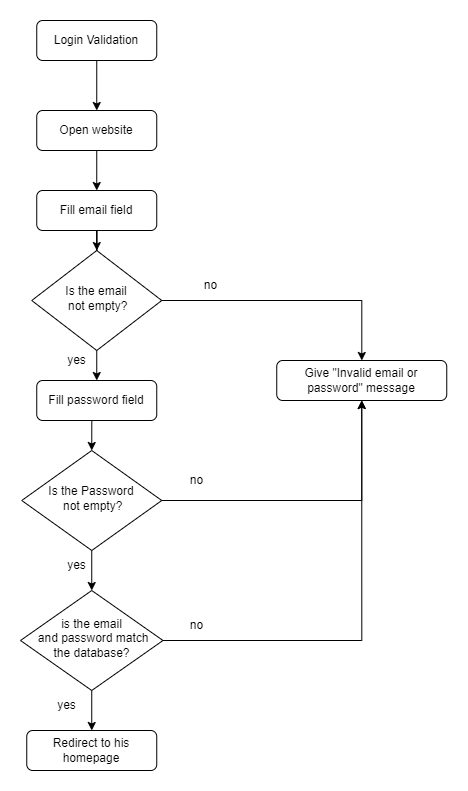
Before: 3- Design/Low-Level-Design/Flow Charts/login.png, a diagram exported from draw.io (beshoysamehsamaan/Car-Purchasing-App). Source tidied: cells renumbered, new cells last; positions are measured from the earlier drawing's top-left corner, leaving out a move shared by most shapes. Source of this version:
```xml
<mxGraphModel>
  <root>
    <mxCell id="0" />
    <mxCell id="1" parent="0" />
    <mxCell id="2" style="edgeStyle=orthogonalEdgeStyle;rounded=0;jettySize=auto;html=1;exitX=0.5;exitY=1;exitDx=0;exitDy=0;entryX=0.5;entryY=0;entryDx=0;entryDy=0;" parent="1" edge="1" source="3" target="26">
      <mxGeometry relative="1" as="geometry" />
    </mxCell>
    <mxCell id="3" value="Login Validation" style="rounded=1;whiteSpace=wrap;html=1;fontSize=12;glass=0;strokeWidth=1;shadow=0;" parent="1" vertex="1">
      <mxGeometry x="16.2" width="120" height="40" as="geometry" />
    </mxCell>
    <mxCell id="4" style="edgeStyle=orthogonalEdgeStyle;rounded=0;jettySize=auto;html=1;exitX=0.5;exitY=1;exitDx=0;exitDy=0;entryX=0.5;entryY=0;entryDx=0;entryDy=0;" parent="1" edge="1" source="6" target="14">
      <mxGeometry relative="1" as="geometry" />
    </mxCell>
    <mxCell id="5" style="edgeStyle=orthogonalEdgeStyle;rounded=0;jettySize=auto;html=1;exitX=1;exitY=0.5;exitDx=0;exitDy=0;" parent="1" edge="1" source="6" target="7">
      <mxGeometry relative="1" as="geometry" />
    </mxCell>
    <mxCell id="6" value="Is the email &lt;br&gt;&amp;nbsp;not empty?" style="rhombus;whiteSpace=wrap;html=1;shadow=0;fontFamily=Helvetica;fontSize=12;align=center;strokeWidth=1;spacing=6;spacingTop=-4;" parent="1" vertex="1">
      <mxGeometry x="11.2" y="230" width="130" height="100" as="geometry" />
    </mxCell>
    <mxCell id="7" value="Give &quot;Invalid email or password&quot; message" style="rounded=1;whiteSpace=wrap;html=1;fontSize=12;glass=0;strokeWidth=1;shadow=0;" parent="1" vertex="1">
      <mxGeometry x="256.2" y="340" width="170" height="40" as="geometry" />
    </mxCell>
    <mxCell id="8" style="edgeStyle=orthogonalEdgeStyle;rounded=0;jettySize=auto;html=1;exitX=0.5;exitY=1;exitDx=0;exitDy=0;" parent="1" edge="1" source="10" target="18">
      <mxGeometry relative="1" as="geometry" />
    </mxCell>
    <mxCell id="9" style="edgeStyle=orthogonalEdgeStyle;rounded=0;jettySize=auto;html=1;exitX=1;exitY=0.5;exitDx=0;exitDy=0;entryX=0.5;entryY=1;entryDx=0;entryDy=0;" parent="1" edge="1" source="10" target="7">
      <mxGeometry relative="1" as="geometry" />
    </mxCell>
    <mxCell id="10" value="is the email&lt;br&gt;&amp;nbsp;and password match the database?" style="rhombus;whiteSpace=wrap;html=1;shadow=0;fontFamily=Helvetica;fontSize=12;align=center;strokeWidth=1;spacing=6;spacingTop=-4;" parent="1" vertex="1">
      <mxGeometry y="570" width="142.5" height="100" as="geometry" />
    </mxCell>
    <mxCell id="11" style="edgeStyle=orthogonalEdgeStyle;rounded=0;jettySize=auto;html=1;exitX=0.5;exitY=1;exitDx=0;exitDy=0;" parent="1" edge="1" source="12" target="6">
      <mxGeometry relative="1" as="geometry" />
    </mxCell>
    <mxCell id="12" value="Fill email field" style="rounded=1;whiteSpace=wrap;html=1;fontSize=12;glass=0;strokeWidth=1;shadow=0;" parent="1" vertex="1">
      <mxGeometry x="16.2" y="170" width="120" height="40" as="geometry" />
    </mxCell>
    <mxCell id="13" style="edgeStyle=orthogonalEdgeStyle;rounded=0;jettySize=auto;html=1;exitX=0.5;exitY=1;exitDx=0;exitDy=0;entryX=0.5;entryY=0;entryDx=0;entryDy=0;" parent="1" edge="1" source="14" target="17">
      <mxGeometry relative="1" as="geometry" />
    </mxCell>
    <mxCell id="14" value="Fill password field" style="rounded=1;whiteSpace=wrap;html=1;fontSize=12;glass=0;strokeWidth=1;shadow=0;" parent="1" vertex="1">
      <mxGeometry x="16.2" y="360" width="120" height="40" as="geometry" />
    </mxCell>
    <mxCell id="15" style="edgeStyle=orthogonalEdgeStyle;rounded=0;jettySize=auto;html=1;exitX=0.5;exitY=1;exitDx=0;exitDy=0;entryX=0.5;entryY=0;entryDx=0;entryDy=0;" parent="1" edge="1" source="17" target="10">
      <mxGeometry relative="1" as="geometry" />
    </mxCell>
    <mxCell id="16" style="edgeStyle=orthogonalEdgeStyle;rounded=0;jettySize=auto;html=1;exitX=1;exitY=0.5;exitDx=0;exitDy=0;entryX=0.5;entryY=1;entryDx=0;entryDy=0;" parent="1" edge="1" source="17" target="7">
      <mxGeometry relative="1" as="geometry" />
    </mxCell>
    <mxCell id="17" value="Is the Password &lt;br&gt;&amp;nbsp;not empty?" style="rhombus;whiteSpace=wrap;html=1;shadow=0;fontFamily=Helvetica;fontSize=12;align=center;strokeWidth=1;spacing=6;spacingTop=-4;" parent="1" vertex="1">
      <mxGeometry x="1.2" y="430" width="140" height="100" as="geometry" />
    </mxCell>
    <mxCell id="18" value="Redirect to his homepage" style="rounded=1;whiteSpace=wrap;html=1;fontSize=12;glass=0;strokeWidth=1;shadow=0;" parent="1" vertex="1">
      <mxGeometry x="6.2" y="710" width="130" height="40" as="geometry" />
    </mxCell>
    <mxCell id="19" value="yes" style="text;html=1;align=center;verticalAlign=middle;strokeColor=none;fillColor=none;" parent="1" vertex="1">
      <mxGeometry x="36.2" y="325" width="40" height="30" as="geometry" />
    </mxCell>
    <mxCell id="20" value="yes" style="text;html=1;align=center;verticalAlign=middle;strokeColor=none;fillColor=none;" parent="1" vertex="1">
      <mxGeometry x="36.2" y="530" width="40" height="30" as="geometry" />
    </mxCell>
    <mxCell id="21" value="yes" style="text;html=1;align=center;verticalAlign=middle;strokeColor=none;fillColor=none;" parent="1" vertex="1">
      <mxGeometry x="26.2" y="670" width="40" height="30" as="geometry" />
    </mxCell>
    <mxCell id="22" value="no" style="text;html=1;align=center;verticalAlign=middle;strokeColor=none;fillColor=none;" parent="1" vertex="1">
      <mxGeometry x="170.2" y="250" width="40" height="30" as="geometry" />
    </mxCell>
    <mxCell id="23" value="no" style="text;html=1;align=center;verticalAlign=middle;strokeColor=none;fillColor=none;" parent="1" vertex="1">
      <mxGeometry x="156.2" y="445" width="40" height="30" as="geometry" />
    </mxCell>
    <mxCell id="24" value="no" style="text;html=1;align=center;verticalAlign=middle;strokeColor=none;fillColor=none;" parent="1" vertex="1">
      <mxGeometry x="156.2" y="590" width="40" height="30" as="geometry" />
    </mxCell>
    <mxCell id="25" style="edgeStyle=orthogonalEdgeStyle;rounded=0;jettySize=auto;html=1;exitX=0.5;exitY=1;exitDx=0;exitDy=0;entryX=0.5;entryY=0;entryDx=0;entryDy=0;" parent="1" edge="1" source="26" target="12">
      <mxGeometry relative="1" as="geometry" />
    </mxCell>
    <mxCell id="26" value="Open website" style="rounded=1;whiteSpace=wrap;html=1;fontSize=12;glass=0;strokeWidth=1;shadow=0;" parent="1" vertex="1">
      <mxGeometry x="16.2" y="90" width="120" height="40" as="geometry" />
    </mxCell>
  </root>
</mxGraphModel>
```
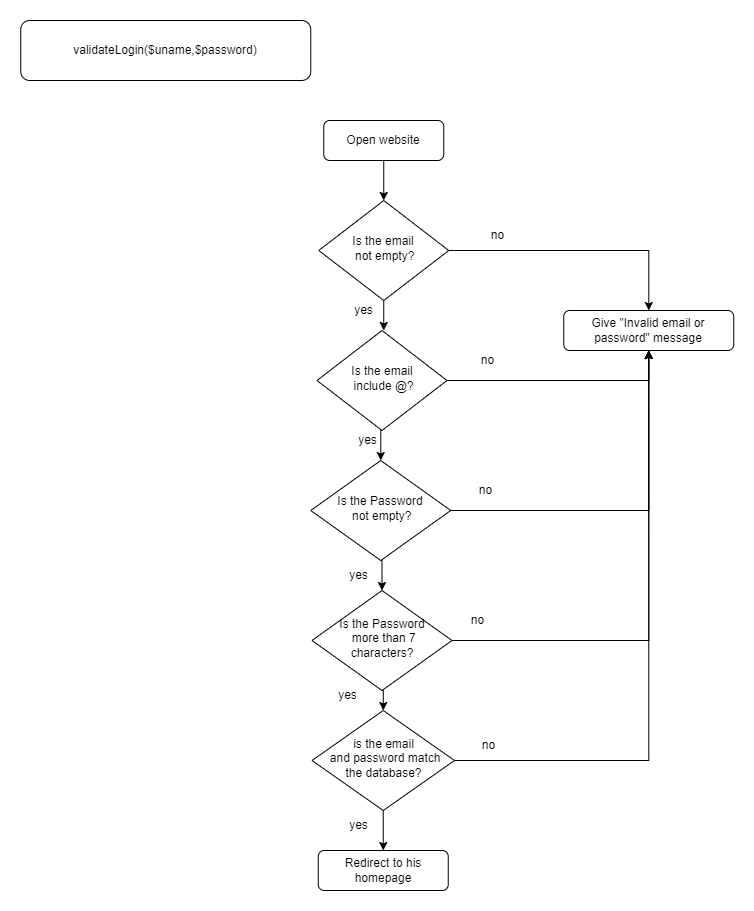
After the commit.

What changed in the source:
```diff
@@ -2,14 +2,10 @@
   <root>
     <mxCell id="0" />
     <mxCell id="1" parent="0" />
-    <mxCell id="2" style="edgeStyle=orthogonalEdgeStyle;rounded=0;jettySize=auto;html=1;exitX=0.5;exitY=1;exitDx=0;exitDy=0;entryX=0.5;entryY=0;entryDx=0;entryDy=0;" parent="1" edge="1" source="3" target="26">
-      <mxGeometry relative="1" as="geometry" />
-    </mxCell>
-    <mxCell id="3" value="Login Validation" style="rounded=1;whiteSpace=wrap;html=1;fontSize=12;glass=0;strokeWidth=1;shadow=0;" parent="1" vertex="1">
-      <mxGeometry x="16.2" width="120" height="40" as="geometry" />
-    </mxCell>
-    <mxCell id="4" style="edgeStyle=orthogonalEdgeStyle;rounded=0;jettySize=auto;html=1;exitX=0.5;exitY=1;exitDx=0;exitDy=0;entryX=0.5;entryY=0;entryDx=0;entryDy=0;" parent="1" edge="1" source="6" target="14">
-      <mxGeometry relative="1" as="geometry" />
+    <mxCell id="4" style="edgeStyle=orthogonalEdgeStyle;rounded=0;jettySize=auto;html=1;exitX=0.5;exitY=1;exitDx=0;exitDy=0;entryX=0.5;entryY=0;entryDx=0;entryDy=0;" parent="1" edge="1" source="6">
+      <mxGeometry relative="1" as="geometry">
+        <mxPoint x="76.2" y="360" as="targetPoint" />
+      </mxGeometry>
     </mxCell>
     <mxCell id="5" style="edgeStyle=orthogonalEdgeStyle;rounded=0;jettySize=auto;html=1;exitX=1;exitY=0.5;exitDx=0;exitDy=0;" parent="1" edge="1" source="6" target="7">
       <mxGeometry relative="1" as="geometry" />
@@ -27,55 +23,78 @@
       <mxGeometry relative="1" as="geometry" />
     </mxCell>
     <mxCell id="10" value="is the email&lt;br&gt;&amp;nbsp;and password match the database?" style="rhombus;whiteSpace=wrap;html=1;shadow=0;fontFamily=Helvetica;fontSize=12;align=center;strokeWidth=1;spacing=6;spacingTop=-4;" parent="1" vertex="1">
-      <mxGeometry y="570" width="142.5" height="100" as="geometry" />
+      <mxGeometry x="4.5" y="740" width="142.5" height="100" as="geometry" />
     </mxCell>
-    <mxCell id="11" style="edgeStyle=orthogonalEdgeStyle;rounded=0;jettySize=auto;html=1;exitX=0.5;exitY=1;exitDx=0;exitDy=0;" parent="1" edge="1" source="12" target="6">
-      <mxGeometry relative="1" as="geometry" />
-    </mxCell>
-    <mxCell id="12" value="Fill email field" style="rounded=1;whiteSpace=wrap;html=1;fontSize=12;glass=0;strokeWidth=1;shadow=0;" parent="1" vertex="1">
-      <mxGeometry x="16.2" y="170" width="120" height="40" as="geometry" />
-    </mxCell>
-    <mxCell id="13" style="edgeStyle=orthogonalEdgeStyle;rounded=0;jettySize=auto;html=1;exitX=0.5;exitY=1;exitDx=0;exitDy=0;entryX=0.5;entryY=0;entryDx=0;entryDy=0;" parent="1" edge="1" source="14" target="17">
-      <mxGeometry relative="1" as="geometry" />
-    </mxCell>
-    <mxCell id="14" value="Fill password field" style="rounded=1;whiteSpace=wrap;html=1;fontSize=12;glass=0;strokeWidth=1;shadow=0;" parent="1" vertex="1">
-      <mxGeometry x="16.2" y="360" width="120" height="40" as="geometry" />
-    </mxCell>
-    <mxCell id="15" style="edgeStyle=orthogonalEdgeStyle;rounded=0;jettySize=auto;html=1;exitX=0.5;exitY=1;exitDx=0;exitDy=0;entryX=0.5;entryY=0;entryDx=0;entryDy=0;" parent="1" edge="1" source="17" target="10">
-      <mxGeometry relative="1" as="geometry" />
-    </mxCell>
     <mxCell id="16" style="edgeStyle=orthogonalEdgeStyle;rounded=0;jettySize=auto;html=1;exitX=1;exitY=0.5;exitDx=0;exitDy=0;entryX=0.5;entryY=1;entryDx=0;entryDy=0;" parent="1" edge="1" source="17" target="7">
       <mxGeometry relative="1" as="geometry" />
     </mxCell>
+    <mxCell id="27" style="edgeStyle=orthogonalEdgeStyle;rounded=0;jettySize=auto;html=1;exitX=0.5;exitY=1;exitDx=0;exitDy=0;entryX=0.5;entryY=0;entryDx=0;entryDy=0;" parent="1" edge="1" source="17" target="33">
+      <mxGeometry relative="1" as="geometry" />
+    </mxCell>
     <mxCell id="17" value="Is the Password &lt;br&gt;&amp;nbsp;not empty?" style="rhombus;whiteSpace=wrap;html=1;shadow=0;fontFamily=Helvetica;fontSize=12;align=center;strokeWidth=1;spacing=6;spacingTop=-4;" parent="1" vertex="1">
-      <mxGeometry x="1.2" y="430" width="140" height="100" as="geometry" />
+      <mxGeometry x="3.2" y="490" width="140" height="100" as="geometry" />
     </mxCell>
     <mxCell id="18" value="Redirect to his homepage" style="rounded=1;whiteSpace=wrap;html=1;fontSize=12;glass=0;strokeWidth=1;shadow=0;" parent="1" vertex="1">
-      <mxGeometry x="6.2" y="710" width="130" height="40" as="geometry" />
+      <mxGeometry x="10.8" y="880" width="130" height="40" as="geometry" />
     </mxCell>
     <mxCell id="19" value="yes" style="text;html=1;align=center;verticalAlign=middle;strokeColor=none;fillColor=none;" parent="1" vertex="1">
       <mxGeometry x="36.2" y="325" width="40" height="30" as="geometry" />
     </mxCell>
     <mxCell id="20" value="yes" style="text;html=1;align=center;verticalAlign=middle;strokeColor=none;fillColor=none;" parent="1" vertex="1">
-      <mxGeometry x="36.2" y="530" width="40" height="30" as="geometry" />
+      <mxGeometry x="30.8" y="590" width="40" height="30" as="geometry" />
     </mxCell>
     <mxCell id="21" value="yes" style="text;html=1;align=center;verticalAlign=middle;strokeColor=none;fillColor=none;" parent="1" vertex="1">
-      <mxGeometry x="26.2" y="670" width="40" height="30" as="geometry" />
+      <mxGeometry x="30.8" y="840" width="40" height="30" as="geometry" />
     </mxCell>
     <mxCell id="22" value="no" style="text;html=1;align=center;verticalAlign=middle;strokeColor=none;fillColor=none;" parent="1" vertex="1">
       <mxGeometry x="170.2" y="250" width="40" height="30" as="geometry" />
     </mxCell>
     <mxCell id="23" value="no" style="text;html=1;align=center;verticalAlign=middle;strokeColor=none;fillColor=none;" parent="1" vertex="1">
-      <mxGeometry x="156.2" y="445" width="40" height="30" as="geometry" />
+      <mxGeometry x="158.2" y="505" width="40" height="30" as="geometry" />
     </mxCell>
     <mxCell id="24" value="no" style="text;html=1;align=center;verticalAlign=middle;strokeColor=none;fillColor=none;" parent="1" vertex="1">
-      <mxGeometry x="156.2" y="590" width="40" height="30" as="geometry" />
+      <mxGeometry x="160.8" y="760" width="40" height="30" as="geometry" />
     </mxCell>
-    <mxCell id="25" style="edgeStyle=orthogonalEdgeStyle;rounded=0;jettySize=auto;html=1;exitX=0.5;exitY=1;exitDx=0;exitDy=0;entryX=0.5;entryY=0;entryDx=0;entryDy=0;" parent="1" edge="1" source="26" target="12">
-      <mxGeometry relative="1" as="geometry" />
+    <mxCell id="25" style="edgeStyle=orthogonalEdgeStyle;rounded=0;jettySize=auto;html=1;exitX=0.5;exitY=1;exitDx=0;exitDy=0;entryX=0.5;entryY=0;entryDx=0;entryDy=0;" parent="1" edge="1" source="26">
+      <mxGeometry relative="1" as="geometry">
+        <mxPoint x="76.2" y="230" as="targetPoint" />
+      </mxGeometry>
     </mxCell>
     <mxCell id="26" value="Open website" style="rounded=1;whiteSpace=wrap;html=1;fontSize=12;glass=0;strokeWidth=1;shadow=0;" parent="1" vertex="1">
-      <mxGeometry x="16.2" y="90" width="120" height="40" as="geometry" />
+      <mxGeometry x="16.2" y="150" width="120" height="40" as="geometry" />
     </mxCell>
+    <mxCell id="28" style="edgeStyle=orthogonalEdgeStyle;rounded=0;jettySize=auto;html=1;exitX=0.5;exitY=1;exitDx=0;exitDy=0;entryX=0.5;entryY=0;entryDx=0;entryDy=0;" parent="1" edge="1" source="30" target="17">
+      <mxGeometry relative="1" as="geometry" />
+    </mxCell>
+    <mxCell id="29" style="edgeStyle=orthogonalEdgeStyle;rounded=0;jettySize=auto;html=1;exitX=1;exitY=0.5;exitDx=0;exitDy=0;entryX=0.5;entryY=1;entryDx=0;entryDy=0;" parent="1" edge="1" source="30" target="7">
+      <mxGeometry relative="1" as="geometry" />
+    </mxCell>
+    <mxCell id="30" value="Is the email &lt;br&gt;&amp;nbsp;include @?" style="rhombus;whiteSpace=wrap;html=1;shadow=0;fontFamily=Helvetica;fontSize=12;align=center;strokeWidth=1;spacing=6;spacingTop=-4;" parent="1" vertex="1">
+      <mxGeometry x="9.5" y="360" width="130" height="100" as="geometry" />
+    </mxCell>
+    <mxCell id="31" style="edgeStyle=orthogonalEdgeStyle;rounded=0;jettySize=auto;html=1;exitX=0.5;exitY=1;exitDx=0;exitDy=0;entryX=0.5;entryY=0;entryDx=0;entryDy=0;" parent="1" edge="1" source="33" target="10">
+      <mxGeometry relative="1" as="geometry" />
+    </mxCell>
+    <mxCell id="32" style="edgeStyle=orthogonalEdgeStyle;rounded=0;jettySize=auto;html=1;exitX=1;exitY=0.5;exitDx=0;exitDy=0;entryX=0.5;entryY=1;entryDx=0;entryDy=0;" parent="1" edge="1" source="33" target="7">
+      <mxGeometry relative="1" as="geometry" />
+    </mxCell>
+    <mxCell id="33" value="Is the Password &lt;br&gt;&amp;nbsp;more than 7 characters?" style="rhombus;whiteSpace=wrap;html=1;shadow=0;fontFamily=Helvetica;fontSize=12;align=center;strokeWidth=1;spacing=6;spacingTop=-4;" parent="1" vertex="1">
+      <mxGeometry x="4.5" y="620" width="140" height="100" as="geometry" />
+    </mxCell>
+    <mxCell id="34" value="yes" style="text;html=1;align=center;verticalAlign=middle;strokeColor=none;fillColor=none;" parent="1" vertex="1">
+      <mxGeometry x="20" y="710" width="40" height="30" as="geometry" />
+    </mxCell>
+    <mxCell id="35" value="no" style="text;html=1;align=center;verticalAlign=middle;strokeColor=none;fillColor=none;" parent="1" vertex="1">
+      <mxGeometry x="150" y="635" width="40" height="30" as="geometry" />
+    </mxCell>
+    <mxCell id="36" value="no" style="text;html=1;align=center;verticalAlign=middle;strokeColor=none;fillColor=none;" parent="1" vertex="1">
+      <mxGeometry x="160" y="375" width="40" height="30" as="geometry" />
+    </mxCell>
+    <mxCell id="37" value="yes" style="text;html=1;align=center;verticalAlign=middle;strokeColor=none;fillColor=none;" parent="1" vertex="1">
+      <mxGeometry x="40" y="455" width="40" height="30" as="geometry" />
+    </mxCell>
+    <mxCell id="38" value="validateLogin($uname,$password)" style="rounded=1;whiteSpace=wrap;html=1;fontSize=12;glass=0;strokeWidth=1;shadow=0;" parent="1" vertex="1">
+      <mxGeometry x="-286.8" y="50" width="290" height="60" as="geometry" />
+    </mxCell>
   </root>
 </mxGraphModel>
```
